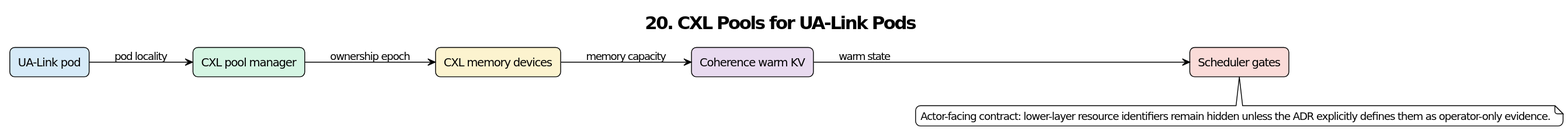
Above: diagrams/adr/ADR-020_CXL_Memory_Pools_for_UALink_Pods.svg in yukon-systems/StorOps__Project_Coherent_Storage (PlantUML), before the change. The source it was exported from:
```plantuml
@startuml
!theme plain
title 20. CXL Pools for UA-Link Pods
skinparam shadowing false
skinparam roundcorner 12
skinparam defaultFontName DejaVu Sans
left to right direction

rectangle "UA-Link pod" as N1 #D6EAF8
rectangle "CXL pool manager" as N2 #D5F5E3
rectangle "CXL memory devices" as N3 #FCF3CF
rectangle "Coherence warm KV" as N4 #E8DAEF
rectangle "Scheduler gates" as N5 #FADBD8

N1 --> N2 : pod locality
N2 --> N3 : ownership epoch
N3 --> N4 : memory capacity
N4 --> N5 : warm state

note bottom
Actor-facing contract: lower-layer resource identifiers remain hidden unless the ADR explicitly defines them as operator-only evidence.
end note
@enduml
```
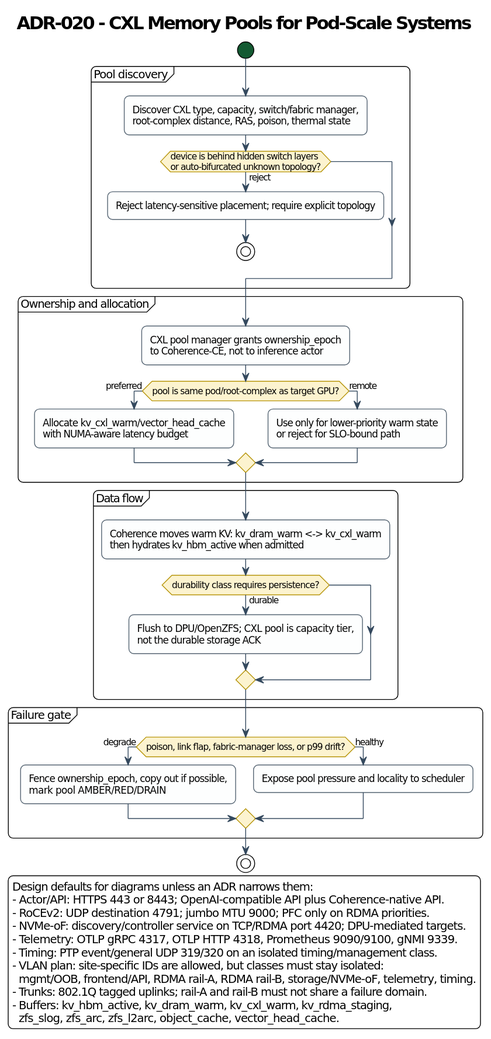
The same diagram one commit later.

Diff of the diagram source:
```diff
@@ -1,23 +1,65 @@
 @startuml
 !theme plain
-title 20. CXL Pools for UA-Link Pods
 skinparam shadowing false
 skinparam roundcorner 12
 skinparam defaultFontName DejaVu Sans
-left to right direction
+skinparam ArrowColor #34495E
+skinparam activity {
+  BackgroundColor #FDFEFE
+  BorderColor #566573
+  DiamondBackgroundColor #FCF3CF
+  DiamondBorderColor #B7950B
+  StartColor #145A32
+  EndColor #922B21
+}
+skinparam note {
+  BackgroundColor #FEF9E7
+  BorderColor #B7950B
+}
+title ADR-020 - CXL Memory Pools for Pod-Scale Systems
 
-rectangle "UA-Link pod" as N1 #D6EAF8
-rectangle "CXL pool manager" as N2 #D5F5E3
-rectangle "CXL memory devices" as N3 #FCF3CF
-rectangle "Coherence warm KV" as N4 #E8DAEF
-rectangle "Scheduler gates" as N5 #FADBD8
+legend right
+Design defaults for diagrams unless an ADR narrows them:
+- Actor/API: HTTPS 443 or 8443; OpenAI-compatible API plus Coherence-native API.
+- RoCEv2: UDP destination 4791; jumbo MTU 9000; PFC only on RDMA priorities.
+- NVMe-oF: discovery/controller service on TCP/RDMA port 4420; DPU-mediated targets.
+- Telemetry: OTLP gRPC 4317, OTLP HTTP 4318, Prometheus 9090/9100, gNMI 9339.
+- Timing: PTP event/general UDP 319/320 on an isolated timing/management class.
+- VLAN plan: site-specific IDs are allowed, but classes must stay isolated:
+  mgmt/OOB, frontend/API, RDMA rail-A, RDMA rail-B, storage/NVMe-oF, telemetry, timing.
+- Trunks: 802.1Q tagged uplinks; rail-A and rail-B must not share a failure domain.
+- Buffers: kv_hbm_active, kv_dram_warm, kv_cxl_warm, kv_rdma_staging,
+  zfs_slog, zfs_arc, zfs_l2arc, object_cache, vector_head_cache.
+endlegend
 
-N1 --> N2 : pod locality
-N2 --> N3 : ownership epoch
-N3 --> N4 : memory capacity
-N4 --> N5 : warm state
-
-note bottom
-Actor-facing contract: lower-layer resource identifiers remain hidden unless the ADR explicitly defines them as operator-only evidence.
-end note
+start
+partition "Pool discovery" {
+  :Discover CXL type, capacity, switch/fabric manager,\nroot-complex distance, RAS, poison, thermal state;
+  if (device is behind hidden switch layers\nor auto-bifurcated unknown topology?) then (reject)
+    :Reject latency-sensitive placement; require explicit topology;
+    stop
+  endif
+}
+partition "Ownership and allocation" {
+  :CXL pool manager grants ownership_epoch\nto Coherence-CE, not to inference actor;
+  if (pool is same pod/root-complex as target GPU?) then (preferred)
+    :Allocate kv_cxl_warm/vector_head_cache\nwith NUMA-aware latency budget;
+  else (remote)
+    :Use only for lower-priority warm state\nor reject for SLO-bound path;
+  endif
+}
+partition "Data flow" {
+  :Coherence moves warm KV: kv_dram_warm <-> kv_cxl_warm\nthen hydrates kv_hbm_active when admitted;
+  if (durability class requires persistence?) then (durable)
+    :Flush to DPU/OpenZFS; CXL pool is capacity tier,\nnot the durable storage ACK;
+  endif
+}
+partition "Failure gate" {
+  if (poison, link flap, fabric-manager loss, or p99 drift?) then (degrade)
+    :Fence ownership_epoch, copy out if possible,\nmark pool AMBER/RED/DRAIN;
+  else (healthy)
+    :Expose pool pressure and locality to scheduler;
+  endif
+}
+stop
 @enduml
```
